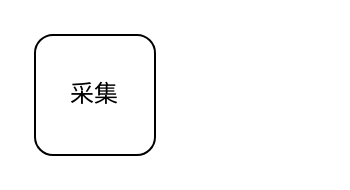
AAAirFox/aaairfox.github.io keeps this draw.io diagram as draw.io/other.drawio. Above is the earlier version. Source tidied: cells renumbered, new cells numbered last; positions are measured from the earlier drawing's top-left corner, leaving out a move shared by most shapes. Both pictures are drawn from the tidied source at 200%, with x=0, y=0 at pixel (34, 34).
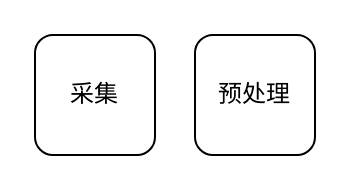
After the change.

The edit, as a diff of the source:
```diff
@@
 <mxGraphModel>
   <root>
     <mxCell id="0" />
     <mxCell id="1" parent="0" />
     <mxCell id="2" value="采集" style="rounded=1;whiteSpace=wrap;html=1;" parent="1" vertex="1">
       <mxGeometry width="60" height="60" as="geometry" />
     </mxCell>
+    <mxCell id="3" value="预处理" style="rounded=1;whiteSpace=wrap;html=1;" parent="1" vertex="1">
+      <mxGeometry x="80" width="60" height="60" as="geometry" />
+    </mxCell>
   </root>
 </mxGraphModel>
```
